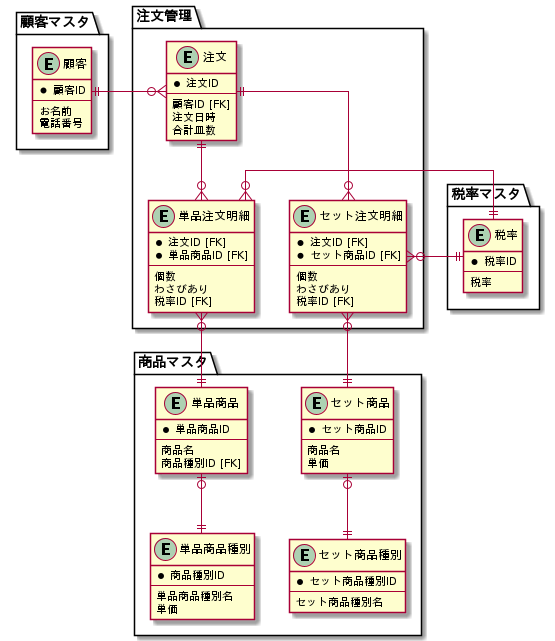
This is database/29_modeling1/assets/task_1/sushi.png from shimopino/praha-challenges, a PlantUML export, as it was before one commit. Source of this version:
```plantuml
@startuml sushi

skinparam Linetype ortho

package 顧客マスタ {
    entity 顧客 {
        * 顧客ID
        --
        お名前
        電話番号
    }
}

package 税率マスタ {
    entity 税率 {
        * 税率ID
        --
        税率
    }
}

package 注文管理 {
    entity 注文 {
        * 注文ID
        --
        顧客ID [FK]
        注文日時
        合計皿数
    }

    entity 単品注文明細 {
        * 注文ID [FK]
        * 単品商品ID [FK]
        --
        個数
        わさびあり
        税率ID [FK]
    }

    entity セット注文明細 {
        * 注文ID [FK]
        * セット商品ID [FK]
        --
        個数
        わさびあり
        税率ID [FK]
    }

    注文 ||-do-o{ 単品注文明細
    注文 ||-do-o{ セット注文明細
}


package 商品マスタ {
    entity 単品商品 {
        * 単品商品ID
        --
        商品名
        商品種別ID [FK]
    }

    entity 単品商品種別 {
        * 商品種別ID
        --
        単品商品種別名
        単価
    }

    entity セット商品 {
        * セット商品ID
        --
        商品名
        単価
    }

    entity セット商品種別 {
        * セット商品種別ID
        --
        セット商品種別名
    }

    単品商品 |o--|| 単品商品種別
    セット商品 |o--|| セット商品種別
}

顧客 ||-ri-o{ 注文
単品注文明細 }o-do-|| 単品商品
セット注文明細 }o-do-|| セット商品
単品注文明細 }o-ri-|| 税率
セット注文明細 }o-ri-|| 税率

@enduml
```
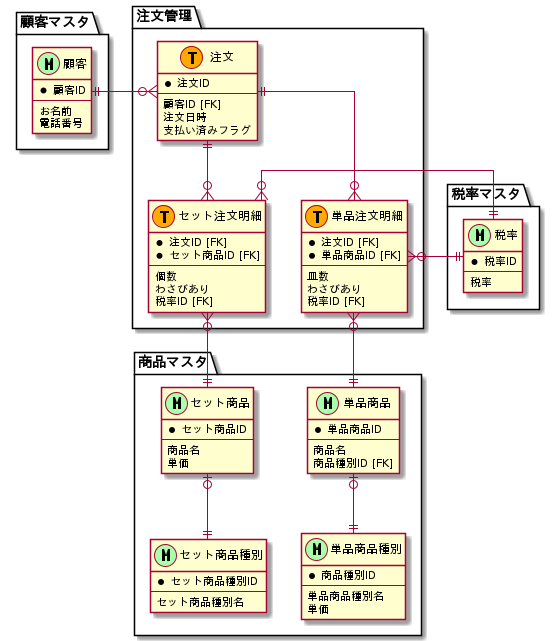
Above is the later version.

Change to the diagram source:
```diff
@@ -1,87 +1,11 @@
 @startuml sushi
 
-skinparam Linetype ortho
+!include settings.pu
 
-package 顧客マスタ {
-    entity 顧客 {
-        * 顧客ID
-        --
-        お名前
-        電話番号
-    }
-}
-
-package 税率マスタ {
-    entity 税率 {
-        * 税率ID
-        --
-        税率
-    }
-}
-
-package 注文管理 {
-    entity 注文 {
-        * 注文ID
-        --
-        顧客ID [FK]
-        注文日時
-        合計皿数
-    }
-
-    entity 単品注文明細 {
-        * 注文ID [FK]
-        * 単品商品ID [FK]
-        --
-        個数
-        わさびあり
-        税率ID [FK]
-    }
-
-    entity セット注文明細 {
-        * 注文ID [FK]
-        * セット商品ID [FK]
-        --
-        個数
-        わさびあり
-        税率ID [FK]
-    }
-
-    注文 ||-do-o{ 単品注文明細
-    注文 ||-do-o{ セット注文明細
-}
-
-
-package 商品マスタ {
-    entity 単品商品 {
-        * 単品商品ID
-        --
-        商品名
-        商品種別ID [FK]
-    }
-
-    entity 単品商品種別 {
-        * 商品種別ID
-        --
-        単品商品種別名
-        単価
-    }
-
-    entity セット商品 {
-        * セット商品ID
-        --
-        商品名
-        単価
-    }
-
-    entity セット商品種別 {
-        * セット商品種別ID
-        --
-        セット商品種別名
-    }
-
-    単品商品 |o--|| 単品商品種別
-    セット商品 |o--|| セット商品種別
-}
+!include customer.pu
+!include item.pu
+!include order.pu
+!include tax.pu
 
 顧客 ||-ri-o{ 注文
 単品注文明細 }o-do-|| 単品商品
```
